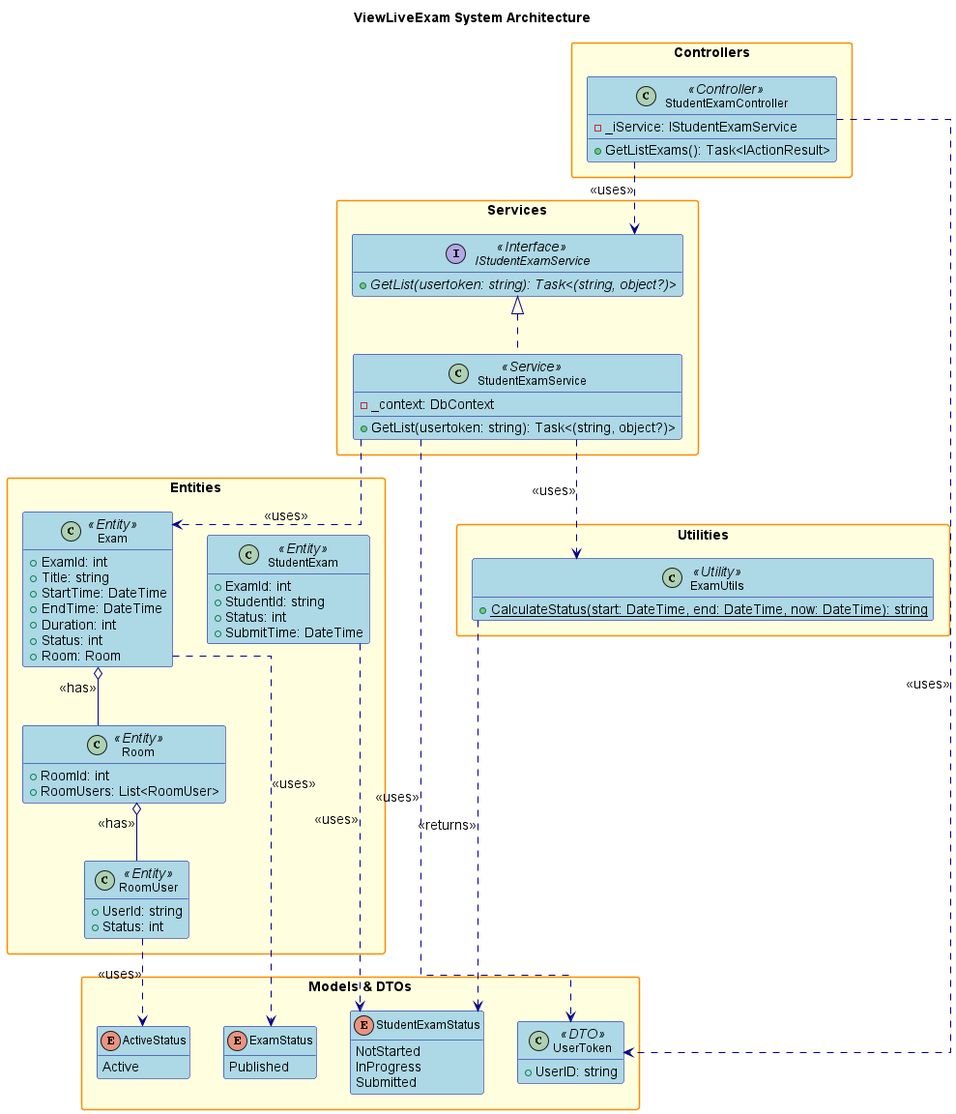
Above: design/out/viewliveexam/viewliveexam.png in conghoan1211/AI-Kiosk-Testing-system (PlantUML), before the change. Its diagram source:
```plantuml
@startuml

title ViewLiveExam System Architecture

hide empty members
skinparam packageStyle rectangle
skinparam linetype ortho
skinparam defaultFontSize 14
skinparam defaultFontName Arial
skinparam classFontSize 12
skinparam classFontName Arial
skinparam noteFontSize 11
skinparam noteFontName Arial

skinparam class {
    BackgroundColor LightBlue
    BorderColor DarkBlue
    ArrowColor DarkBlue
    FontSize 12
}

skinparam package {
    BackgroundColor LightYellow
    BorderColor DarkOrange
    FontSize 14
    FontStyle bold
}

skinparam interface {
    BackgroundColor LightGreen
    BorderColor DarkGreen
    FontSize 12
}

skinparam enum {
    BackgroundColor LightCyan
    BorderColor DarkCyan
    FontSize 12
}

skinparam maxMessageSize 150
skinparam maxClassSize 200
skinparam maxPackageSize 300

package "Controllers" {
    class StudentExamController <<Controller>> {
        - _iService: IStudentExamService
        + GetListExams(): Task<IActionResult>
    }
}

package "Services" {
    interface IStudentExamService <<Interface>> {
        + {abstract} GetList(usertoken: string): Task<(string, object?)>
    }
    class StudentExamService <<Service>> {
        - _context: DbContext
        + GetList(usertoken: string): Task<(string, object?)>
    }
}

package "Entities" {
    class Exam <<Entity>> {
        + ExamId: int
        + Title: string
        + StartTime: DateTime
        + EndTime: DateTime
        + Duration: int
        + Status: int
        + Room: Room
    }
    class Room <<Entity>> {
        + RoomId: int
        + RoomUsers: List<RoomUser>
    }
    class RoomUser <<Entity>> {
        + UserId: string
        + Status: int
    }
    class StudentExam <<Entity>> {
        + ExamId: int
        + StudentId: string
        + Status: int
        + SubmitTime: DateTime
    }
}

package "Models & DTOs" {
    class UserToken <<DTO>> {
        + UserID: string
    }
    enum ExamStatus {
        Published
    }
    enum ActiveStatus {
        Active
    }
    enum StudentExamStatus {
        NotStarted
        InProgress
        Submitted
    }
}

package "Utilities" {
    class ExamUtils <<Utility>> {
        + {static} CalculateStatus(start: DateTime, end: DateTime, now: DateTime): string
    }
}

StudentExamController ..> IStudentExamService : <<uses>>
StudentExamController ..> UserToken : <<uses>>

StudentExamService .up.|> IStudentExamService
StudentExamService ..> Exam : <<uses>>
StudentExamService ..> ExamUtils : <<uses>>
StudentExamService ..> UserToken : <<uses>>

Exam o-- Room : <<has>>
Room o-- RoomUser : <<has>>
StudentExam ..> StudentExamStatus : <<uses>>
Exam ..> ExamStatus : <<uses>>
RoomUser ..> ActiveStatus : <<uses>>
ExamUtils ..> StudentExamStatus : <<returns>>

@enduml
```
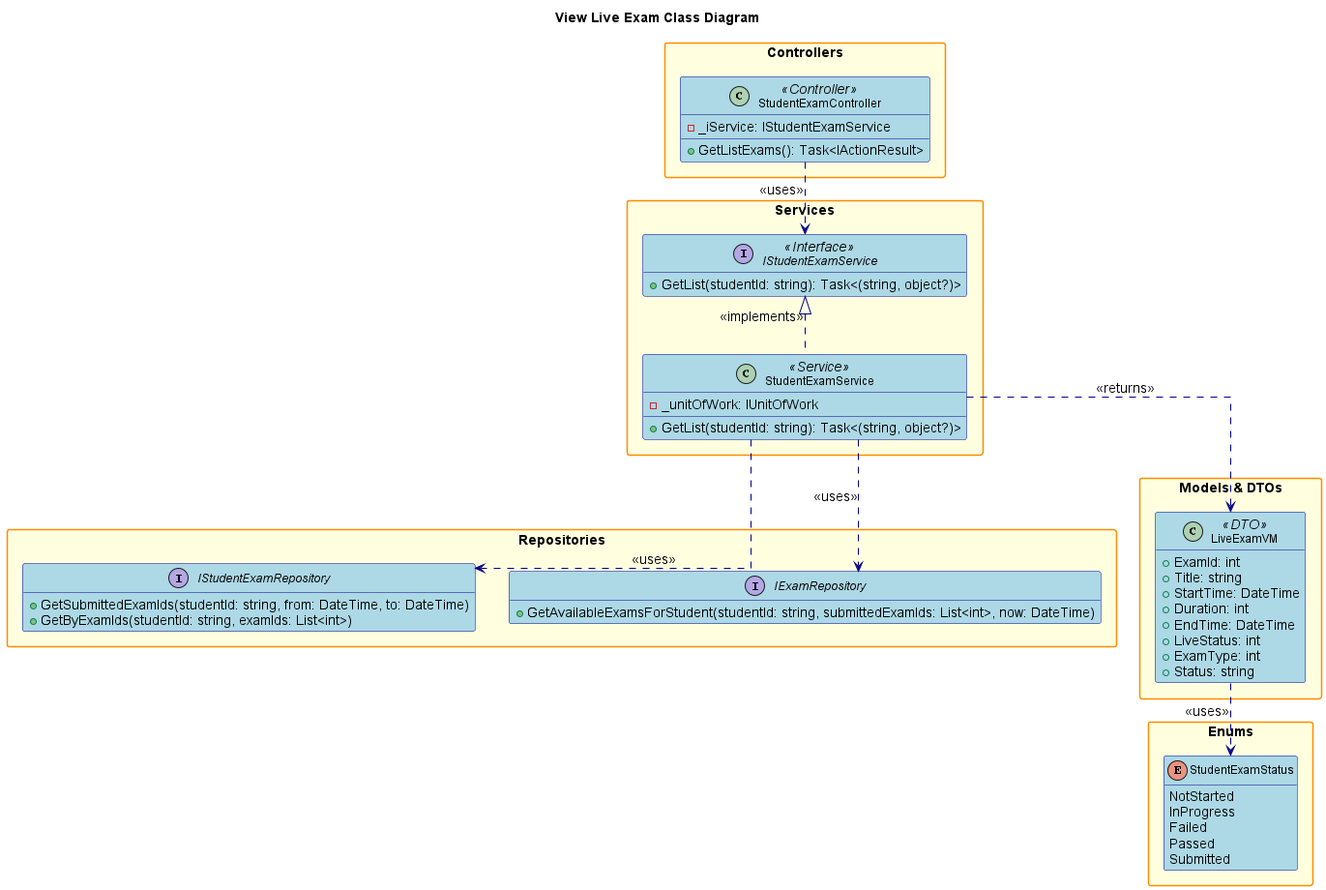
Above is the later version.

The edit, as a diff of the source:
```diff
@@ -1,6 +1,4 @@
 @startuml
-
-title ViewLiveExam System Architecture
 
 hide empty members
 skinparam packageStyle rectangle
@@ -25,7 +23,6 @@
     FontSize 14
     FontStyle bold
 }
-
 skinparam interface {
     BackgroundColor LightGreen
     BorderColor DarkGreen
@@ -38,9 +35,7 @@
     FontSize 12
 }
 
-skinparam maxMessageSize 150
-skinparam maxClassSize 200
-skinparam maxPackageSize 300
+title View Live Exam Class Diagram
 
 package "Controllers" {
     class StudentExamController <<Controller>> {
@@ -51,76 +46,52 @@
 
 package "Services" {
     interface IStudentExamService <<Interface>> {
-        + {abstract} GetList(usertoken: string): Task<(string, object?)>
+        + GetList(studentId: string): Task<(string, object?)>
     }
     class StudentExamService <<Service>> {
-        - _context: DbContext
-        + GetList(usertoken: string): Task<(string, object?)>
+        - _unitOfWork: IUnitOfWork
+        + GetList(studentId: string): Task<(string, object?)>
     }
 }
 
-package "Entities" {
-    class Exam <<Entity>> {
-        + ExamId: int
-        + Title: string
-        + StartTime: DateTime
-        + EndTime: DateTime
-        + Duration: int
-        + Status: int
-        + Room: Room
+package "Repositories" {
+    interface IExamRepository {
+        + GetAvailableExamsForStudent(studentId: string, submittedExamIds: List<int>, now: DateTime)
     }
-    class Room <<Entity>> {
-        + RoomId: int
-        + RoomUsers: List<RoomUser>
-    }
-    class RoomUser <<Entity>> {
-        + UserId: string
-        + Status: int
-    }
-    class StudentExam <<Entity>> {
-        + ExamId: int
-        + StudentId: string
-        + Status: int
-        + SubmitTime: DateTime
+    interface IStudentExamRepository {
+        + GetSubmittedExamIds(studentId: string, from: DateTime, to: DateTime)
+        + GetByExamIds(studentId: string, examIds: List<int>)
     }
 }
 
 package "Models & DTOs" {
-    class UserToken <<DTO>> {
-        + UserID: string
+    class LiveExamVM <<DTO>> {
+        + ExamId: int
+        + Title: string
+        + StartTime: DateTime
+        + Duration: int
+        + EndTime: DateTime
+        + LiveStatus: int
+        + ExamType: int
+        + Status: string
     }
-    enum ExamStatus {
-        Published
-    }
-    enum ActiveStatus {
-        Active
-    }
+}
+
+package "Enums" {
     enum StudentExamStatus {
         NotStarted
         InProgress
+        Failed
+        Passed
         Submitted
     }
 }
 
-package "Utilities" {
-    class ExamUtils <<Utility>> {
-        + {static} CalculateStatus(start: DateTime, end: DateTime, now: DateTime): string
-    }
-}
-
 StudentExamController ..> IStudentExamService : <<uses>>
-StudentExamController ..> UserToken : <<uses>>
-
-StudentExamService .up.|> IStudentExamService
-StudentExamService ..> Exam : <<uses>>
-StudentExamService ..> ExamUtils : <<uses>>
-StudentExamService ..> UserToken : <<uses>>
-
-Exam o-- Room : <<has>>
-Room o-- RoomUser : <<has>>
-StudentExam ..> StudentExamStatus : <<uses>>
-Exam ..> ExamStatus : <<uses>>
-RoomUser ..> ActiveStatus : <<uses>>
-ExamUtils ..> StudentExamStatus : <<returns>>
+IStudentExamService <|.. StudentExamService : <<implements>>
+StudentExamService ..> IExamRepository : <<uses>>
+StudentExamService ..> IStudentExamRepository : <<uses>>
+StudentExamService ..> LiveExamVM : <<returns>>
+LiveExamVM ..> StudentExamStatus : <<uses>>
 
 @enduml
```
